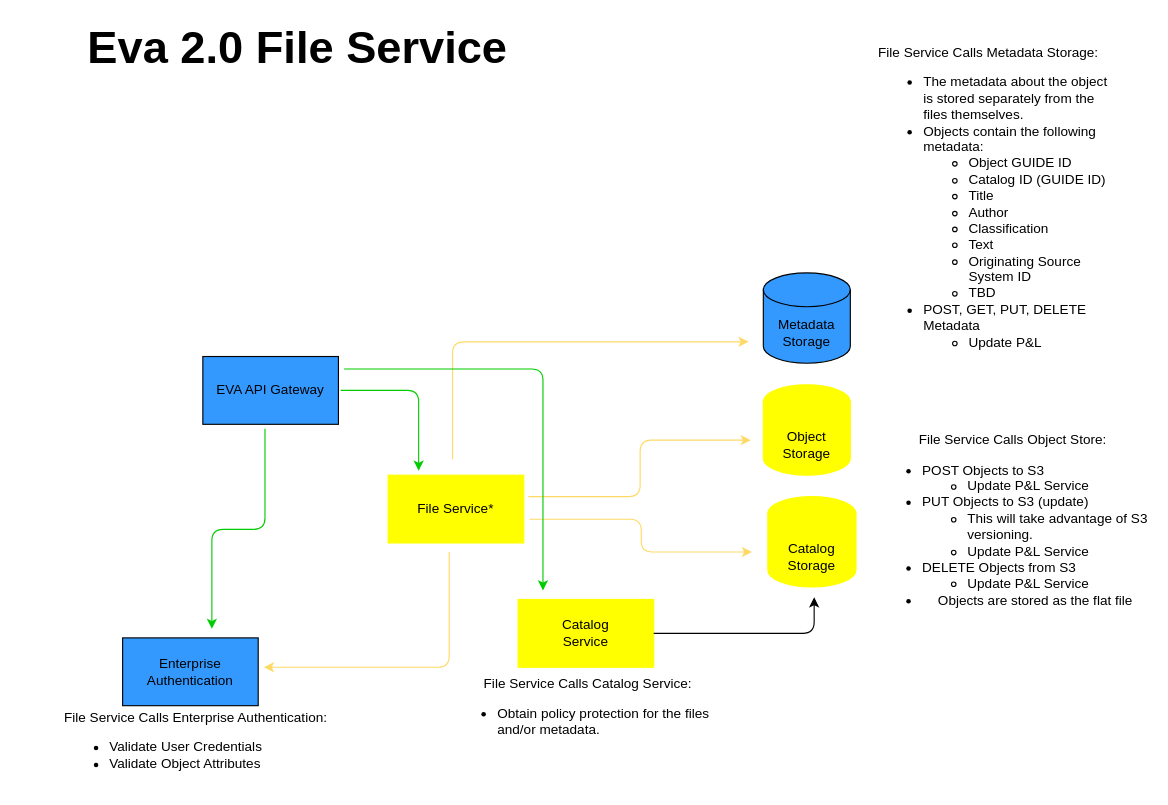
Above: page "File Service" (3 of 4) of Drawings/MainArchitecture.drawio in flare891/rmslow (draw.io), before the change. Source tidied: cells renumbered, new cells numbered last; positions are measured from the earlier drawing's top-left corner, leaving out a move shared by most shapes. Both pictures are drawn from the tidied source at 113%, with x=0, y=0 at pixel (19, 35).
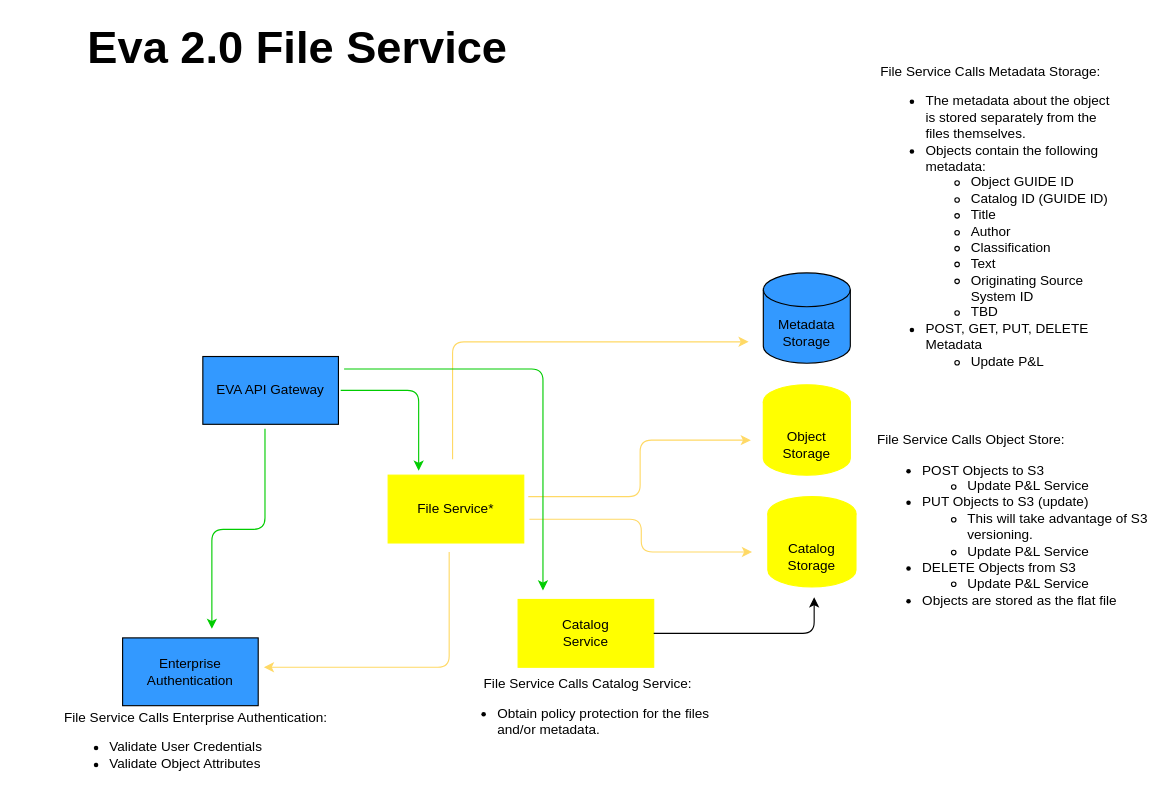
Above is the later version.

Change to the diagram source:
```diff
@@
-    <mxCell id="19" value="File Service Calls Object Store:&lt;br&gt;&lt;ul&gt;&lt;li style=&quot;text-align: left&quot;&gt;POST Objects to S3&lt;/li&gt;&lt;ul&gt;&lt;li style=&quot;text-align: left&quot;&gt;Update P&amp;amp;L Service&lt;/li&gt;&lt;/ul&gt;&lt;li style=&quot;text-align: left&quot;&gt;PUT Objects to S3 (update)&lt;/li&gt;&lt;ul&gt;&lt;li style=&quot;text-align: left&quot;&gt;This will take advantage of S3 versioning.&lt;/li&gt;&lt;li style=&quot;text-align: left&quot;&gt;Update P&amp;amp;L Service&lt;/li&gt;&lt;/ul&gt;&lt;li style=&quot;text-align: left&quot;&gt;&lt;span&gt;DELETE Objects from S3&lt;/span&gt;&lt;br&gt;&lt;/li&gt;&lt;ul&gt;&lt;li style=&quot;text-align: left&quot;&gt;Update P&amp;amp;L Service&lt;/li&gt;&lt;/ul&gt;&lt;li&gt;Objects are stored as the flat file&lt;/li&gt;&lt;/ul&gt;&lt;div style=&quot;text-align: left&quot;&gt;&lt;/div&gt;&lt;div style=&quot;text-align: left&quot;&gt;&lt;br&gt;&lt;/div&gt;&lt;div style=&quot;text-align: left&quot;&gt;&amp;nbsp;&lt;/div&gt;" style="text;html=1;strokeColor=none;fillColor=none;align=center;verticalAlign=middle;whiteSpace=wrap;rounded=0;" parent="1" vertex="1">
+    <mxCell id="19" value="&lt;div style=&quot;text-align: left&quot;&gt;File Service Calls Object Store:&lt;/div&gt;&lt;ul&gt;&lt;li style=&quot;text-align: left&quot;&gt;POST Objects to S3&lt;/li&gt;&lt;ul&gt;&lt;li style=&quot;text-align: left&quot;&gt;Update P&amp;amp;L Service&lt;/li&gt;&lt;/ul&gt;&lt;li style=&quot;text-align: left&quot;&gt;PUT Objects to S3 (update)&lt;/li&gt;&lt;ul&gt;&lt;li style=&quot;text-align: left&quot;&gt;This will take advantage of S3 versioning.&lt;/li&gt;&lt;li style=&quot;text-align: left&quot;&gt;Update P&amp;amp;L Service&lt;/li&gt;&lt;/ul&gt;&lt;li style=&quot;text-align: left&quot;&gt;&lt;span&gt;DELETE Objects from S3&lt;/span&gt;&lt;br&gt;&lt;/li&gt;&lt;ul&gt;&lt;li style=&quot;text-align: left&quot;&gt;Update P&amp;amp;L Service&lt;/li&gt;&lt;/ul&gt;&lt;li style=&quot;text-align: left&quot;&gt;Objects are stored as the flat file&lt;/li&gt;&lt;/ul&gt;&lt;div style=&quot;text-align: left&quot;&gt;&lt;/div&gt;&lt;div style=&quot;text-align: left&quot;&gt;&lt;br&gt;&lt;/div&gt;&lt;div style=&quot;text-align: left&quot;&gt;&amp;nbsp;&lt;/div&gt;" style="text;html=1;strokeColor=none;fillColor=none;align=center;verticalAlign=middle;whiteSpace=wrap;rounded=0;" parent="1" vertex="1">
       <mxGeometry x="758" y="352" width="242" height="194" as="geometry" />
     </mxCell>
     <mxCell id="20" value="File Service Calls Metadata Storage:&lt;br&gt;&lt;ul&gt;&lt;li&gt;The metadata about the object is stored separately from the files themselves.&lt;/li&gt;&lt;li&gt;Objects contain the following metadata:&lt;/li&gt;&lt;ul&gt;&lt;li&gt;Object GUIDE ID&lt;/li&gt;&lt;li&gt;Catalog ID (GUIDE ID)&lt;/li&gt;&lt;li&gt;Title&lt;/li&gt;&lt;li&gt;Author&lt;/li&gt;&lt;li&gt;Classification&lt;/li&gt;&lt;li&gt;Text&lt;/li&gt;&lt;li&gt;Originating Source System ID&lt;/li&gt;&lt;li&gt;TBD&lt;/li&gt;&lt;/ul&gt;&lt;li&gt;POST, GET, PUT, DELETE Metadata&lt;/li&gt;&lt;ul&gt;&lt;li&gt;Update P&amp;amp;L&lt;/li&gt;&lt;/ul&gt;&lt;/ul&gt;" style="text;html=1;strokeColor=none;fillColor=none;align=left;verticalAlign=middle;whiteSpace=wrap;rounded=0;" parent="1" vertex="1">
-      <mxGeometry x="758" y="139" width="210" height="20" as="geometry" />
+      <mxGeometry x="760" y="156" width="210" height="20" as="geometry" />
     </mxCell>
```
